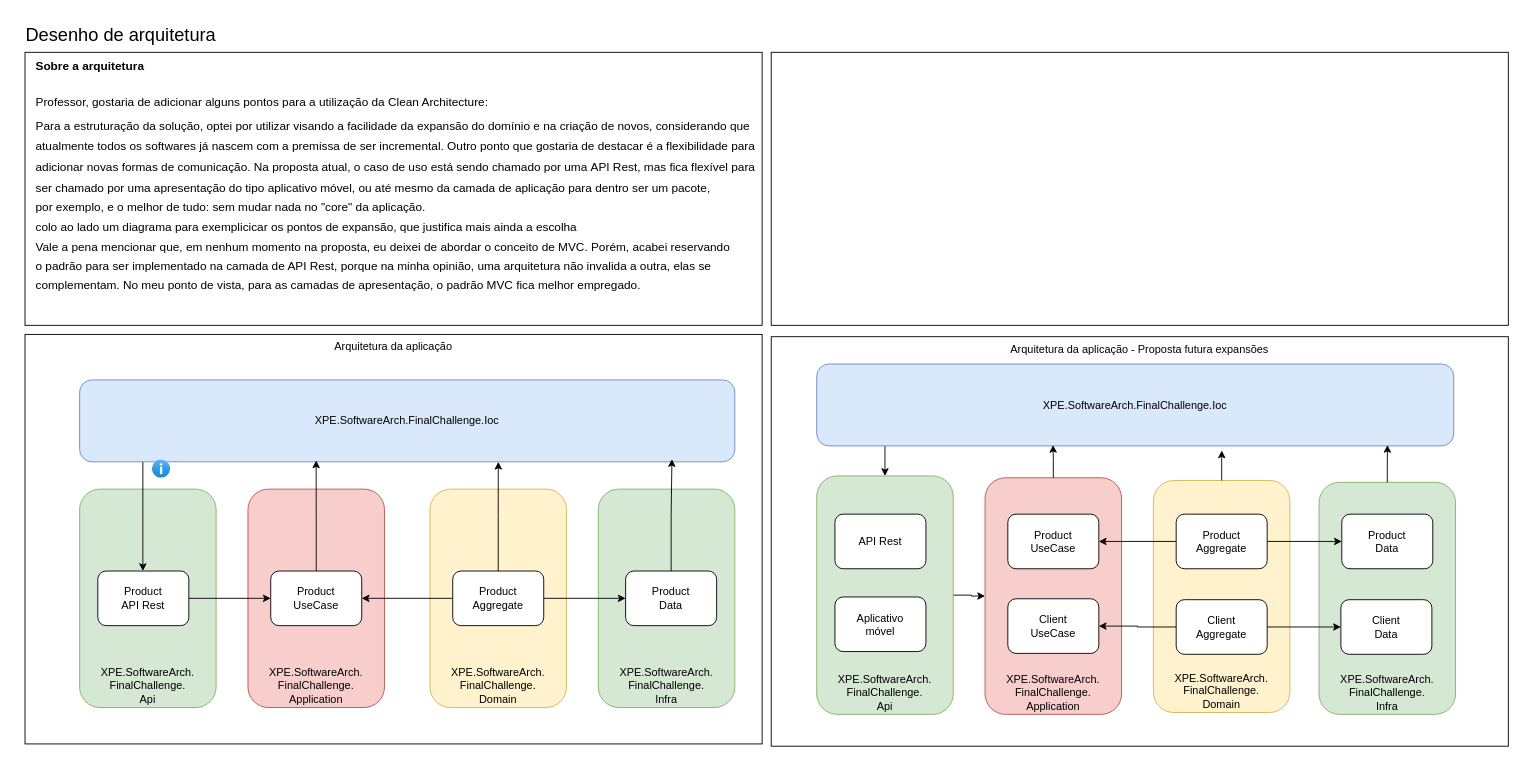
Earlier version of the draw.io diagram documentação/desenho_arquitetura.drawio (lrpedroso36/XPE.SoftwareArch.FinalChallenge). Source tidied: cells renumbered, new cells numbered last; positions are measured from the earlier drawing's top-left corner, leaving out a move shared by most shapes. Both pictures are drawn from the tidied source at 91%, with x=0, y=0 at pixel (15, 15).
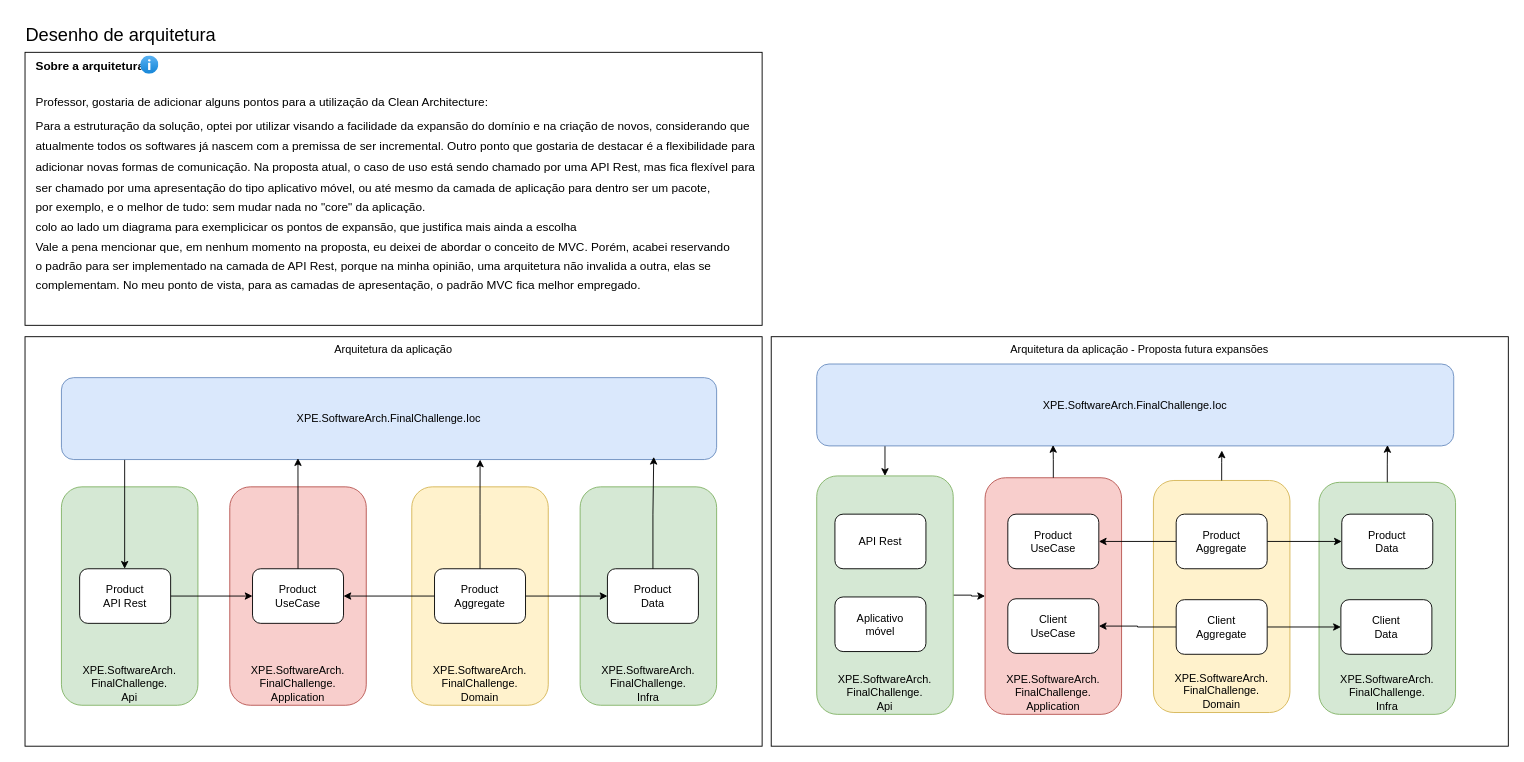
After the change.

Diff of the diagram source:
```diff
@@
     <mxCell id="3" value="Arquitetura da aplicação" style="rounded=0;whiteSpace=wrap;html=1;verticalAlign=top;align=center;" parent="1" vertex="1">
-      <mxGeometry x="10" y="350" width="810" height="450" as="geometry" />
+      <mxGeometry x="10" y="352.5" width="810" height="450" as="geometry" />
     </mxCell>
     <mxCell id="4" value="XPE.SoftwareArch.&lt;div&gt;FinalChallenge.&lt;/div&gt;&lt;div&gt;Infra&lt;/div&gt;" style="rounded=1;whiteSpace=wrap;html=1;fillColor=#d5e8d4;verticalAlign=bottom;strokeColor=#82b366;" parent="1" vertex="1">
-      <mxGeometry x="640" y="520" width="150" height="240" as="geometry" />
+      <mxGeometry x="620" y="517.5" width="150" height="240" as="geometry" />
     </mxCell>
     <mxCell id="5" value="XPE.SoftwareArch.&lt;div&gt;FinalChallenge.&lt;/div&gt;&lt;div&gt;Domain&lt;/div&gt;" style="rounded=1;whiteSpace=wrap;html=1;fillColor=#fff2cc;verticalAlign=bottom;strokeColor=#d6b656;" parent="1" vertex="1">
-      <mxGeometry x="455" y="520" width="150" height="240" as="geometry" />
+      <mxGeometry x="435" y="517.5" width="150" height="240" as="geometry" />
     </mxCell>
     <mxCell id="6" value="XPE.SoftwareArch.&lt;br&gt;FinalChallenge.&lt;div&gt;Application&lt;/div&gt;" style="rounded=1;whiteSpace=wrap;html=1;fillColor=#f8cecc;verticalAlign=bottom;strokeColor=#b85450;" parent="1" vertex="1">
-      <mxGeometry x="255" y="520" width="150" height="240" as="geometry" />
+      <mxGeometry x="235" y="517.5" width="150" height="240" as="geometry" />
     </mxCell>
     <mxCell id="7" value="XPE.SoftwareArch.&lt;div&gt;FinalChallenge.&lt;/div&gt;&lt;div&gt;Api&lt;/div&gt;" style="rounded=1;whiteSpace=wrap;html=1;fillColor=#d5e8d4;verticalAlign=bottom;strokeColor=#82b366;" parent="1" vertex="1">
-      <mxGeometry x="70" y="520" width="150" height="240" as="geometry" />
+      <mxGeometry x="50" y="517.5" width="150" height="240" as="geometry" />
     </mxCell>
@@
     <mxCell id="9" value="Product&lt;br&gt;API Rest" style="rounded=1;whiteSpace=wrap;html=1;" parent="1" vertex="1">
-      <mxGeometry x="90" y="610" width="100" height="60" as="geometry" />
+      <mxGeometry x="70" y="607.5" width="100" height="60" as="geometry" />
     </mxCell>
     <mxCell id="10" value="Product&lt;br&gt;UseCase" style="rounded=1;whiteSpace=wrap;html=1;" parent="1" vertex="1">
-      <mxGeometry x="280" y="610" width="100" height="60" as="geometry" />
+      <mxGeometry x="260" y="607.5" width="100" height="60" as="geometry" />
     </mxCell>
@@
     <mxCell id="13" value="Product&lt;div&gt;Aggregate&lt;/div&gt;" style="rounded=1;whiteSpace=wrap;html=1;" parent="1" vertex="1">
-      <mxGeometry x="480" y="610" width="100" height="60" as="geometry" />
+      <mxGeometry x="460" y="607.5" width="100" height="60" as="geometry" />
     </mxCell>
     <mxCell id="14" value="Product&lt;br&gt;Data" style="rounded=1;whiteSpace=wrap;html=1;" parent="1" vertex="1">
-      <mxGeometry x="670" y="610" width="100" height="60" as="geometry" />
+      <mxGeometry x="650" y="607.5" width="100" height="60" as="geometry" />
     </mxCell>
     <mxCell id="15" style="edgeStyle=orthogonalEdgeStyle;rounded=0;orthogonalLoop=1;jettySize=auto;html=1;flowAnimation=1;" parent="1" edge="1">
       <mxGeometry relative="1" as="geometry">
-        <mxPoint x="139.5" y="440" as="sourcePoint" />
-        <mxPoint x="139.5" y="610" as="targetPoint" />
+        <mxPoint x="119.5" y="437.5" as="sourcePoint" />
+        <mxPoint x="119.5" y="607.5" as="targetPoint" />
         <Array as="points">
-          <mxPoint x="139.5" y="460" />
-          <mxPoint x="139.5" y="460" />
+          <mxPoint x="119.5" y="457.5" />
+          <mxPoint x="119.5" y="457.5" />
         </Array>
       </mxGeometry>
     </mxCell>
     <mxCell id="16" value="&lt;span&gt;XPE.SoftwareArch.FinalChallenge.Ioc&lt;/span&gt;" style="rounded=1;whiteSpace=wrap;html=1;fillColor=#dae8fc;strokeColor=#6c8ebf;" parent="1" vertex="1">
-      <mxGeometry x="70" y="400" width="720" height="90" as="geometry" />
+      <mxGeometry x="50" y="397.5" width="720" height="90" as="geometry" />
     </mxCell>
@@
     <mxCell id="44" style="image;html=1;align=center;fontSize=12;image=img/lib/azure2/general/Information.svg;" parent="1" vertex="1">
-      <mxGeometry x="150" y="488" width="20" height="20" as="geometry" />
+      <mxGeometry x="137" y="44" width="20" height="20" as="geometry" />
     </mxCell>
-    <mxCell id="45" value="&lt;div style=&quot;line-height: 80%;&quot;&gt;&lt;h1 style=&quot;margin-top: 0px; line-height: 80%;&quot;&gt;&lt;br&gt;&lt;/h1&gt;&lt;/div&gt;" style="text;html=1;whiteSpace=wrap;overflow=hidden;rounded=0;fillColor=default;strokeColor=default;strokeWidth=1;perimeterSpacing=2;spacingTop=-12;spacing=9;spacingLeft=3;spacingBottom=0;spacingRight=0;" parent="1" vertex="1">
-      <mxGeometry x="830" y="40" width="810" height="300" as="geometry" />
-    </mxCell>
```
